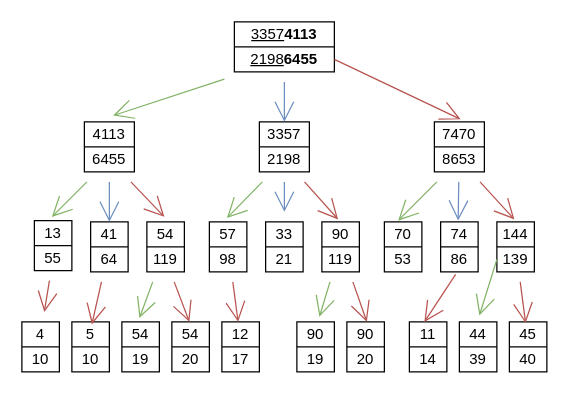
Before: Karatsuba106713.drawio in Desencuentro/7529_TDA1_TP1, a draw.io diagram. Source tidied: cells renumbered, new cells numbered last; positions are measured from the earlier drawing's top-left corner, leaving out a move shared by most shapes. Both pictures are drawn from the tidied source at 125%, with x=0, y=0 at pixel (21, 21).
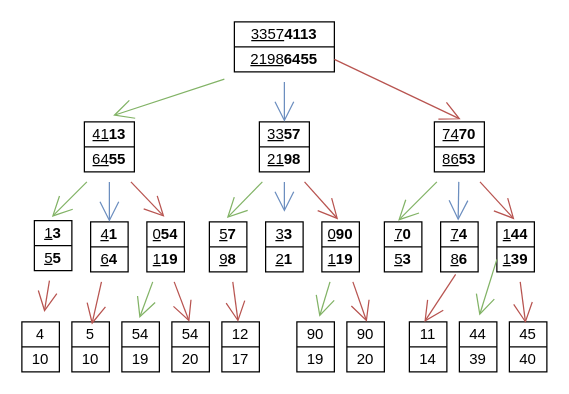
The same page after the edit.

Commit message:
Agregado formato de división hasta nivel 3

Unchanged cells that the change refers to:
```xml
<mxCell id="53" style="shape=partialRectangle;fillColor=none;top=0;left=0;bottom=0;right=0;points=[[0,0.5],[1,0.5]];portConstraint=eastwest;hachureGap=4;" parent="52" vertex="1">
  <mxGeometry width="30" height="20" as="geometry" />
</mxCell>
<mxCell id="55" style="shape=partialRectangle;fillColor=none;top=0;left=0;bottom=0;right=0;points=[[0,0.5],[1,0.5]];portConstraint=eastwest;hachureGap=4;" parent="52" vertex="1">
  <mxGeometry y="20" width="30" height="20" as="geometry" />
</mxCell>
<mxCell id="59" style="shape=partialRectangle;fillColor=none;top=0;left=0;bottom=0;right=0;hachureGap=4;" parent="58" vertex="1">
  <mxGeometry width="30" height="20" as="geometry" />
</mxCell>
<mxCell id="61" style="shape=partialRectangle;fillColor=none;top=0;left=0;bottom=0;right=0;hachureGap=4;" parent="58" vertex="1">
  <mxGeometry y="20" width="30" height="20" as="geometry" />
</mxCell>
<mxCell id="65" style="shape=partialRectangle;fillColor=none;top=0;left=0;bottom=0;right=0;points=[[0,0.5],[1,0.5]];portConstraint=eastwest;hachureGap=4;" parent="64" vertex="1">
  <mxGeometry width="30" height="20" as="geometry" />
</mxCell>
<mxCell id="67" style="shape=partialRectangle;fillColor=none;top=0;left=0;bottom=0;right=0;points=[[0,0.5],[1,0.5]];portConstraint=eastwest;hachureGap=4;" parent="64" vertex="1">
  <mxGeometry y="20" width="30" height="20" as="geometry" />
</mxCell>
<mxCell id="71" style="shape=partialRectangle;fillColor=none;top=0;left=0;bottom=0;right=0;points=[[0,0.5],[1,0.5]];portConstraint=eastwest;hachureGap=4;" parent="70" vertex="1">
  <mxGeometry width="30" height="20" as="geometry" />
</mxCell>
<mxCell id="73" style="shape=partialRectangle;fillColor=none;top=0;left=0;bottom=0;right=0;hachureGap=4;" parent="70" vertex="1">
  <mxGeometry y="20" width="30" height="20" as="geometry" />
</mxCell>
<mxCell id="76" style="shape=partialRectangle;fillColor=none;top=0;left=0;bottom=0;right=0;points=[[0,0.5],[1,0.5]];portConstraint=eastwest;hachureGap=4;" parent="75" vertex="1">
  <mxGeometry width="30" height="20" as="geometry" />
</mxCell>
<mxCell id="78" style="shape=partialRectangle;fillColor=none;top=0;left=0;bottom=0;right=0;hachureGap=4;" parent="75" vertex="1">
  <mxGeometry y="20" width="30" height="20" as="geometry" />
</mxCell>
<mxCell id="83" style="shape=partialRectangle;fillColor=none;top=0;left=0;bottom=0;right=0;points=[[0,0.5],[1,0.5]];portConstraint=eastwest;hachureGap=4;" parent="82" vertex="1">
  <mxGeometry width="30" height="20" as="geometry" />
</mxCell>
<mxCell id="85" style="shape=partialRectangle;fillColor=none;top=0;left=0;bottom=0;right=0;hachureGap=4;" parent="82" vertex="1">
  <mxGeometry y="20" width="30" height="20" as="geometry" />
</mxCell>
<mxCell id="88" style="shape=partialRectangle;fillColor=none;top=0;left=0;bottom=0;right=0;points=[[0,0.5],[1,0.5]];portConstraint=eastwest;hachureGap=4;" parent="87" vertex="1">
  <mxGeometry width="30" height="20" as="geometry" />
</mxCell>
<mxCell id="90" style="shape=partialRectangle;fillColor=none;top=0;left=0;bottom=0;right=0;hachureGap=4;" parent="87" vertex="1">
  <mxGeometry y="20" width="30" height="20" as="geometry" />
</mxCell>
<mxCell id="93" style="shape=partialRectangle;fillColor=none;top=0;left=0;bottom=0;right=0;points=[[0,0.5],[1,0.5]];portConstraint=eastwest;hachureGap=4;" parent="92" vertex="1">
  <mxGeometry width="30" height="20" as="geometry" />
</mxCell>
<mxCell id="95" style="shape=partialRectangle;fillColor=none;top=0;left=0;bottom=0;right=0;points=[[0,0.5],[1,0.5]];portConstraint=eastwest;hachureGap=4;" parent="92" vertex="1">
  <mxGeometry y="20" width="30" height="20" as="geometry" />
</mxCell>
<mxCell id="99" style="shape=partialRectangle;fillColor=none;top=0;left=0;bottom=0;right=0;points=[[0,0.5],[1,0.5]];portConstraint=eastwest;hachureGap=4;" parent="98" vertex="1">
  <mxGeometry width="30" height="20" as="geometry" />
</mxCell>
<mxCell id="101" style="shape=partialRectangle;fillColor=none;top=0;left=0;bottom=0;right=0;points=[[0,0.5],[1,0.5]];portConstraint=eastwest;hachureGap=4;" parent="98" vertex="1">
  <mxGeometry y="20" width="30" height="20" as="geometry" />
</mxCell>
<mxCell id="105" style="shape=partialRectangle;fillColor=none;top=0;left=0;bottom=0;right=0;points=[[0,0.5],[1,0.5]];portConstraint=eastwest;hachureGap=4;" parent="104" vertex="1">
  <mxGeometry width="40" height="20" as="geometry" />
</mxCell>
<mxCell id="107" style="shape=partialRectangle;fillColor=none;top=0;left=0;bottom=0;right=0;points=[[0,0.5],[1,0.5]];portConstraint=eastwest;hachureGap=4;" parent="104" vertex="1">
  <mxGeometry y="20" width="40" height="20" as="geometry" />
</mxCell>
<mxCell id="111" style="shape=partialRectangle;fillColor=none;top=0;left=0;bottom=0;right=0;hachureGap=4;" parent="110" vertex="1">
  <mxGeometry width="40" height="20" as="geometry" />
</mxCell>
<mxCell id="113" style="shape=partialRectangle;fillColor=none;top=0;left=0;bottom=0;right=0;points=[[0,0.5],[1,0.5]];portConstraint=eastwest;hachureGap=4;" parent="110" vertex="1">
  <mxGeometry y="20" width="40" height="20" as="geometry" />
</mxCell>
<mxCell id="117" style="shape=partialRectangle;fillColor=none;top=0;left=0;bottom=0;right=0;points=[[0,0.5],[1,0.5]];portConstraint=eastwest;hachureGap=4;" parent="116" vertex="1">
  <mxGeometry width="40" height="20" as="geometry" />
</mxCell>
<mxCell id="119" style="shape=partialRectangle;fillColor=none;top=0;left=0;bottom=0;right=0;points=[[0,0.5],[1,0.5]];portConstraint=eastwest;hachureGap=4;" parent="116" vertex="1">
  <mxGeometry y="20" width="40" height="20" as="geometry" />
</mxCell>
```

What changed in the source:
```diff
@@
-    <mxCell id="54" value="13" style="shape=partialRectangle;html=1;whiteSpace=wrap;overflow=hidden;fillColor=none;top=0;left=0;bottom=0;right=0;hachureGap=4;" parent="53" vertex="1">
+    <mxCell id="54" value="&lt;u&gt;1&lt;/u&gt;&lt;b&gt;3&lt;/b&gt;" style="shape=partialRectangle;html=1;whiteSpace=wrap;overflow=hidden;fillColor=none;top=0;left=0;bottom=0;right=0;hachureGap=4;" parent="53" vertex="1">
       <mxGeometry width="30" height="20" as="geometry" />
     </mxCell>
@@
-    <mxCell id="56" value="55" style="shape=partialRectangle;html=1;whiteSpace=wrap;overflow=hidden;fillColor=none;top=0;left=0;bottom=0;right=0;hachureGap=4;" parent="55" vertex="1">
+    <mxCell id="56" value="&lt;u&gt;5&lt;/u&gt;&lt;b&gt;5&lt;/b&gt;" style="shape=partialRectangle;html=1;whiteSpace=wrap;overflow=hidden;fillColor=none;top=0;left=0;bottom=0;right=0;hachureGap=4;" parent="55" vertex="1">
       <mxGeometry width="30" height="20" as="geometry" />
     </mxCell>
@@
-    <mxCell id="60" value="41" style="shape=partialRectangle;html=1;whiteSpace=wrap;overflow=hidden;fillColor=none;top=0;left=0;bottom=0;right=0;hachureGap=4;" parent="59" vertex="1">
+    <mxCell id="60" value="&lt;u&gt;4&lt;/u&gt;&lt;b&gt;1&lt;/b&gt;" style="shape=partialRectangle;html=1;whiteSpace=wrap;overflow=hidden;fillColor=none;top=0;left=0;bottom=0;right=0;hachureGap=4;" parent="59" vertex="1">
       <mxGeometry width="30" height="20" as="geometry" />
     </mxCell>
@@
-    <mxCell id="62" value="64" style="shape=partialRectangle;html=1;whiteSpace=wrap;overflow=hidden;fillColor=none;top=0;left=0;bottom=0;right=0;hachureGap=4;" parent="61" vertex="1">
+    <mxCell id="62" value="&lt;u&gt;6&lt;/u&gt;&lt;b&gt;4&lt;/b&gt;" style="shape=partialRectangle;html=1;whiteSpace=wrap;overflow=hidden;fillColor=none;top=0;left=0;bottom=0;right=0;hachureGap=4;" parent="61" vertex="1">
       <mxGeometry width="30" height="20" as="geometry" />
     </mxCell>
@@
-    <mxCell id="66" value="54" style="shape=partialRectangle;html=1;whiteSpace=wrap;overflow=hidden;fillColor=none;top=0;left=0;bottom=0;right=0;hachureGap=4;" parent="65" vertex="1">
+    <mxCell id="66" value="&lt;u&gt;0&lt;/u&gt;&lt;b&gt;54&lt;/b&gt;" style="shape=partialRectangle;html=1;whiteSpace=wrap;overflow=hidden;fillColor=none;top=0;left=0;bottom=0;right=0;hachureGap=4;" parent="65" vertex="1">
       <mxGeometry width="30" height="20" as="geometry" />
     </mxCell>
@@
-    <mxCell id="68" value="119" style="shape=partialRectangle;html=1;whiteSpace=wrap;overflow=hidden;fillColor=none;top=0;left=0;bottom=0;right=0;hachureGap=4;" parent="67" vertex="1">
+    <mxCell id="68" value="&lt;u&gt;1&lt;/u&gt;&lt;b&gt;19&lt;/b&gt;" style="shape=partialRectangle;html=1;whiteSpace=wrap;overflow=hidden;fillColor=none;top=0;left=0;bottom=0;right=0;hachureGap=4;" parent="67" vertex="1">
       <mxGeometry width="30" height="20" as="geometry" />
     </mxCell>
@@
-    <mxCell id="72" value="57" style="shape=partialRectangle;html=1;whiteSpace=wrap;overflow=hidden;fillColor=none;top=0;left=0;bottom=0;right=0;hachureGap=4;" parent="71" vertex="1">
+    <mxCell id="72" value="&lt;u&gt;5&lt;/u&gt;&lt;b&gt;7&lt;/b&gt;" style="shape=partialRectangle;html=1;whiteSpace=wrap;overflow=hidden;fillColor=none;top=0;left=0;bottom=0;right=0;hachureGap=4;" parent="71" vertex="1">
       <mxGeometry width="30" height="20" as="geometry" />
     </mxCell>
@@
-    <mxCell id="74" value="98" style="shape=partialRectangle;html=1;whiteSpace=wrap;overflow=hidden;fillColor=none;top=0;left=0;bottom=0;right=0;hachureGap=4;" parent="73" vertex="1">
+    <mxCell id="74" value="&lt;u&gt;9&lt;/u&gt;&lt;b&gt;8&lt;/b&gt;" style="shape=partialRectangle;html=1;whiteSpace=wrap;overflow=hidden;fillColor=none;top=0;left=0;bottom=0;right=0;hachureGap=4;" parent="73" vertex="1">
       <mxGeometry width="30" height="20" as="geometry" />
     </mxCell>
@@
-    <mxCell id="77" value="33" style="shape=partialRectangle;html=1;whiteSpace=wrap;overflow=hidden;fillColor=none;top=0;left=0;bottom=0;right=0;hachureGap=4;" parent="76" vertex="1">
+    <mxCell id="77" value="&lt;u&gt;3&lt;/u&gt;&lt;b&gt;3&lt;/b&gt;" style="shape=partialRectangle;html=1;whiteSpace=wrap;overflow=hidden;fillColor=none;top=0;left=0;bottom=0;right=0;hachureGap=4;" parent="76" vertex="1">
       <mxGeometry width="30" height="20" as="geometry" />
     </mxCell>
@@
-    <mxCell id="79" value="21" style="shape=partialRectangle;html=1;whiteSpace=wrap;overflow=hidden;fillColor=none;top=0;left=0;bottom=0;right=0;hachureGap=4;" parent="78" vertex="1">
+    <mxCell id="79" value="&lt;u&gt;2&lt;/u&gt;&lt;b&gt;1&lt;/b&gt;" style="shape=partialRectangle;html=1;whiteSpace=wrap;overflow=hidden;fillColor=none;top=0;left=0;bottom=0;right=0;hachureGap=4;" parent="78" vertex="1">
       <mxGeometry width="30" height="20" as="geometry" />
     </mxCell>
@@
-    <mxCell id="84" value="90" style="shape=partialRectangle;html=1;whiteSpace=wrap;overflow=hidden;fillColor=none;top=0;left=0;bottom=0;right=0;hachureGap=4;" parent="83" vertex="1">
+    <mxCell id="84" value="&lt;u&gt;0&lt;/u&gt;&lt;b&gt;90&lt;/b&gt;" style="shape=partialRectangle;html=1;whiteSpace=wrap;overflow=hidden;fillColor=none;top=0;left=0;bottom=0;right=0;hachureGap=4;" parent="83" vertex="1">
       <mxGeometry width="30" height="20" as="geometry" />
     </mxCell>
@@
-    <mxCell id="86" value="119" style="shape=partialRectangle;html=1;whiteSpace=wrap;overflow=hidden;fillColor=none;top=0;left=0;bottom=0;right=0;hachureGap=4;" parent="85" vertex="1">
+    <mxCell id="86" value="&lt;u&gt;1&lt;/u&gt;&lt;b&gt;19&lt;/b&gt;" style="shape=partialRectangle;html=1;whiteSpace=wrap;overflow=hidden;fillColor=none;top=0;left=0;bottom=0;right=0;hachureGap=4;" parent="85" vertex="1">
       <mxGeometry width="30" height="20" as="geometry" />
     </mxCell>
@@
-    <mxCell id="89" value="70" style="shape=partialRectangle;html=1;whiteSpace=wrap;overflow=hidden;fillColor=none;top=0;left=0;bottom=0;right=0;hachureGap=4;" parent="88" vertex="1">
+    <mxCell id="89" value="&lt;u&gt;7&lt;/u&gt;&lt;b&gt;0&lt;/b&gt;" style="shape=partialRectangle;html=1;whiteSpace=wrap;overflow=hidden;fillColor=none;top=0;left=0;bottom=0;right=0;hachureGap=4;" parent="88" vertex="1">
       <mxGeometry width="30" height="20" as="geometry" />
     </mxCell>
@@
-    <mxCell id="91" value="53" style="shape=partialRectangle;html=1;whiteSpace=wrap;overflow=hidden;fillColor=none;top=0;left=0;bottom=0;right=0;hachureGap=4;" parent="90" vertex="1">
+    <mxCell id="91" value="&lt;u&gt;5&lt;/u&gt;&lt;b&gt;3&lt;/b&gt;" style="shape=partialRectangle;html=1;whiteSpace=wrap;overflow=hidden;fillColor=none;top=0;left=0;bottom=0;right=0;hachureGap=4;" parent="90" vertex="1">
       <mxGeometry width="30" height="20" as="geometry" />
     </mxCell>
@@
-    <mxCell id="94" value="74" style="shape=partialRectangle;html=1;whiteSpace=wrap;overflow=hidden;fillColor=none;top=0;left=0;bottom=0;right=0;hachureGap=4;" parent="93" vertex="1">
+    <mxCell id="94" value="&lt;u&gt;7&lt;/u&gt;&lt;b&gt;4&lt;/b&gt;" style="shape=partialRectangle;html=1;whiteSpace=wrap;overflow=hidden;fillColor=none;top=0;left=0;bottom=0;right=0;hachureGap=4;" parent="93" vertex="1">
       <mxGeometry width="30" height="20" as="geometry" />
     </mxCell>
@@
-    <mxCell id="96" value="86" style="shape=partialRectangle;html=1;whiteSpace=wrap;overflow=hidden;fillColor=none;top=0;left=0;bottom=0;right=0;hachureGap=4;" parent="95" vertex="1">
+    <mxCell id="96" value="&lt;u&gt;8&lt;/u&gt;&lt;b&gt;6&lt;/b&gt;" style="shape=partialRectangle;html=1;whiteSpace=wrap;overflow=hidden;fillColor=none;top=0;left=0;bottom=0;right=0;hachureGap=4;" parent="95" vertex="1">
       <mxGeometry width="30" height="20" as="geometry" />
     </mxCell>
@@
-    <mxCell id="100" value="144" style="shape=partialRectangle;html=1;whiteSpace=wrap;overflow=hidden;fillColor=none;top=0;left=0;bottom=0;right=0;hachureGap=4;" parent="99" vertex="1">
+    <mxCell id="100" value="&lt;u&gt;1&lt;/u&gt;&lt;b&gt;44&lt;/b&gt;" style="shape=partialRectangle;html=1;whiteSpace=wrap;overflow=hidden;fillColor=none;top=0;left=0;bottom=0;right=0;hachureGap=4;" parent="99" vertex="1">
       <mxGeometry width="30" height="20" as="geometry" />
     </mxCell>
@@
-    <mxCell id="102" value="139" style="shape=partialRectangle;html=1;whiteSpace=wrap;overflow=hidden;fillColor=none;top=0;left=0;bottom=0;right=0;hachureGap=4;" parent="101" vertex="1">
+    <mxCell id="102" value="&lt;u&gt;1&lt;/u&gt;&lt;b&gt;39&lt;/b&gt;" style="shape=partialRectangle;html=1;whiteSpace=wrap;overflow=hidden;fillColor=none;top=0;left=0;bottom=0;right=0;hachureGap=4;" parent="101" vertex="1">
       <mxGeometry width="30" height="20" as="geometry" />
     </mxCell>
@@
-    <mxCell id="106" value="4113" style="shape=partialRectangle;html=1;whiteSpace=wrap;overflow=hidden;fillColor=none;top=0;left=0;bottom=0;right=0;hachureGap=4;" parent="105" vertex="1">
+    <mxCell id="106" value="&lt;u&gt;41&lt;/u&gt;&lt;b&gt;13&lt;/b&gt;" style="shape=partialRectangle;html=1;whiteSpace=wrap;overflow=hidden;fillColor=none;top=0;left=0;bottom=0;right=0;hachureGap=4;" parent="105" vertex="1">
       <mxGeometry width="40" height="20" as="geometry" />
     </mxCell>
@@
-    <mxCell id="108" value="6455" style="shape=partialRectangle;html=1;whiteSpace=wrap;overflow=hidden;fillColor=none;top=0;left=0;bottom=0;right=0;hachureGap=4;" parent="107" vertex="1">
+    <mxCell id="108" value="&lt;u&gt;64&lt;/u&gt;&lt;b&gt;55&lt;/b&gt;" style="shape=partialRectangle;html=1;whiteSpace=wrap;overflow=hidden;fillColor=none;top=0;left=0;bottom=0;right=0;hachureGap=4;" parent="107" vertex="1">
       <mxGeometry width="40" height="20" as="geometry" />
     </mxCell>
@@
-    <mxCell id="112" value="3357" style="shape=partialRectangle;html=1;whiteSpace=wrap;overflow=hidden;fillColor=none;top=0;left=0;bottom=0;right=0;hachureGap=4;" parent="111" vertex="1">
+    <mxCell id="112" value="&lt;u&gt;33&lt;/u&gt;&lt;b&gt;57&lt;/b&gt;" style="shape=partialRectangle;html=1;whiteSpace=wrap;overflow=hidden;fillColor=none;top=0;left=0;bottom=0;right=0;hachureGap=4;" parent="111" vertex="1">
       <mxGeometry width="40" height="20" as="geometry" />
     </mxCell>
@@
-    <mxCell id="114" value="2198" style="shape=partialRectangle;html=1;whiteSpace=wrap;overflow=hidden;fillColor=none;top=0;left=0;bottom=0;right=0;hachureGap=4;" parent="113" vertex="1">
+    <mxCell id="114" value="&lt;u&gt;21&lt;/u&gt;&lt;b&gt;98&lt;/b&gt;" style="shape=partialRectangle;html=1;whiteSpace=wrap;overflow=hidden;fillColor=none;top=0;left=0;bottom=0;right=0;hachureGap=4;" parent="113" vertex="1">
       <mxGeometry width="40" height="20" as="geometry" />
     </mxCell>
@@
-    <mxCell id="118" value="7470" style="shape=partialRectangle;html=1;whiteSpace=wrap;overflow=hidden;fillColor=none;top=0;left=0;bottom=0;right=0;hachureGap=4;" parent="117" vertex="1">
+    <mxCell id="118" value="&lt;u&gt;74&lt;/u&gt;&lt;b&gt;70&lt;/b&gt;" style="shape=partialRectangle;html=1;whiteSpace=wrap;overflow=hidden;fillColor=none;top=0;left=0;bottom=0;right=0;hachureGap=4;" parent="117" vertex="1">
       <mxGeometry width="40" height="20" as="geometry" />
     </mxCell>
@@
-    <mxCell id="120" value="8653" style="shape=partialRectangle;html=1;whiteSpace=wrap;overflow=hidden;fillColor=none;top=0;left=0;bottom=0;right=0;hachureGap=4;" parent="119" vertex="1">
+    <mxCell id="120" value="&lt;u&gt;86&lt;/u&gt;&lt;b&gt;53&lt;/b&gt;" style="shape=partialRectangle;html=1;whiteSpace=wrap;overflow=hidden;fillColor=none;top=0;left=0;bottom=0;right=0;hachureGap=4;" parent="119" vertex="1">
       <mxGeometry width="40" height="20" as="geometry" />
     </mxCell>
```
